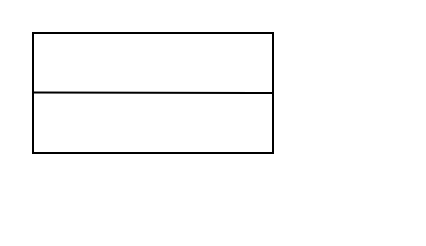
The draw.io diagram Untitled Diagram.drawio in jiangsheny/algo, before the edit. Source tidied: cells renumbered, new cells numbered last; positions are measured from the earlier drawing's top-left corner, leaving out a move shared by most shapes. Both pictures are drawn from the tidied source at 200%, with x=0, y=0 at pixel (32, 32).
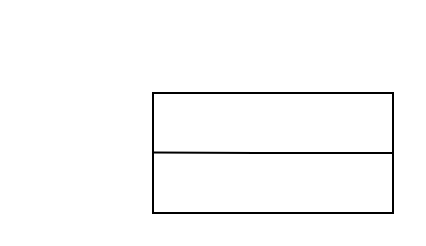
The same page after the edit.

The edit, as a diff of the source:
```diff
@@
 <mxGraphModel>
   <root>
     <mxCell id="0" />
     <mxCell id="1" parent="0" />
+    <mxCell id="5" style="group;" parent="1" vertex="1">
+      <mxGeometry x="60" y="30" width="120" height="60" as="geometry" />
+    </mxCell>
-    <mxCell id="2" style="rounded=0;whiteSpace=wrap;html=1;" parent="1" vertex="1">
+    <mxCell id="2" style="rounded=0;whiteSpace=wrap;html=1;" parent="5" vertex="1">
       <mxGeometry width="120" height="60" as="geometry" />
     </mxCell>
-    <mxCell id="3" style="endArrow=none;html=1;rounded=0;" parent="1" edge="1" target="2">
+    <mxCell id="3" style="endArrow=none;html=1;rounded=0;" parent="5" edge="1" target="2">
       <mxGeometry relative="1" as="geometry">
         <mxPoint y="29.7" as="sourcePoint" />
       </mxGeometry>
     </mxCell>
-    <mxCell id="4" style="endArrow=none;html=1;rounded=0;entryX=1;entryY=0.5;entryDx=0;entryDy=0;" parent="1" edge="1" target="2">
+    <mxCell id="4" style="endArrow=none;html=1;rounded=0;entryX=1;entryY=0.5;entryDx=0;entryDy=0;" parent="5" edge="1" target="2">
       <mxGeometry relative="1" as="geometry">
         <mxPoint y="29.7" as="sourcePoint" />
+        <Array as="points">
+          <mxPoint x="60" y="30" />
+          <mxPoint x="90" y="30" />
+        </Array>
       </mxGeometry>
     </mxCell>
   </root>
 </mxGraphModel>
```
